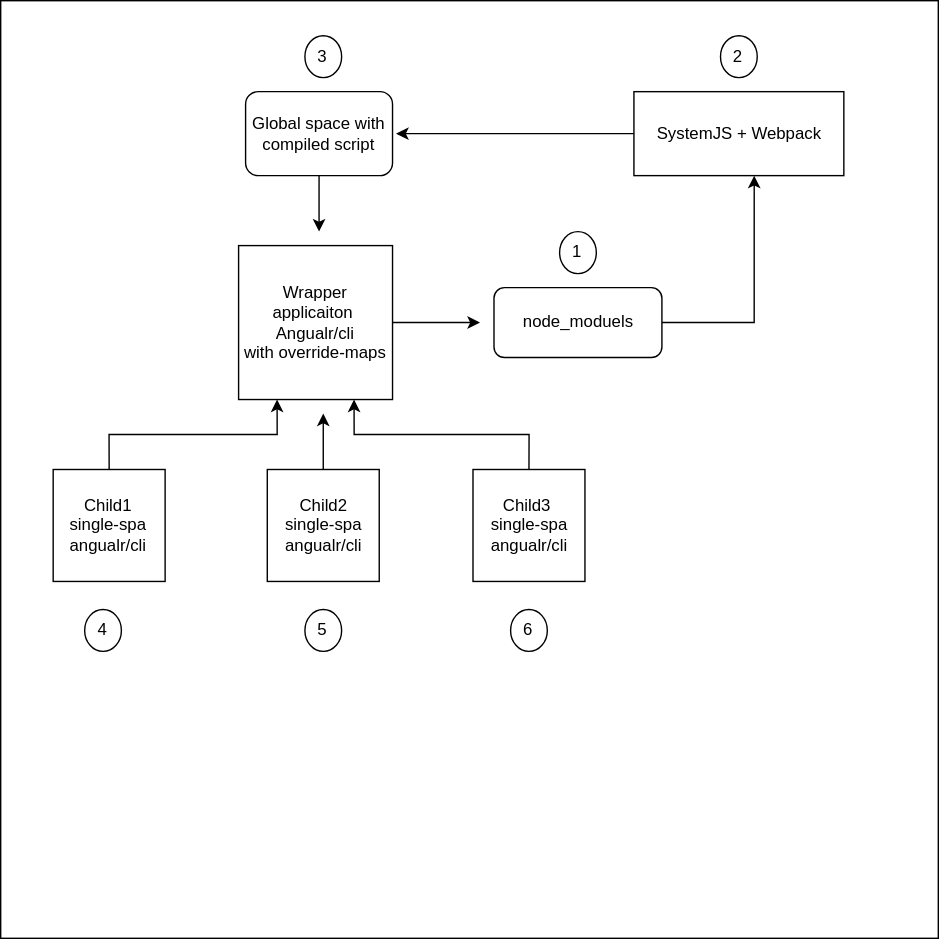
3gwebtrain/AngularWebpack keeps this draw.io diagram as src/assets/Untitled Diagram.svg. Above is the earlier version. Source tidied: cells renumbered, new cells last; positions are measured from the earlier drawing's top-left corner, leaving out a move shared by most shapes.
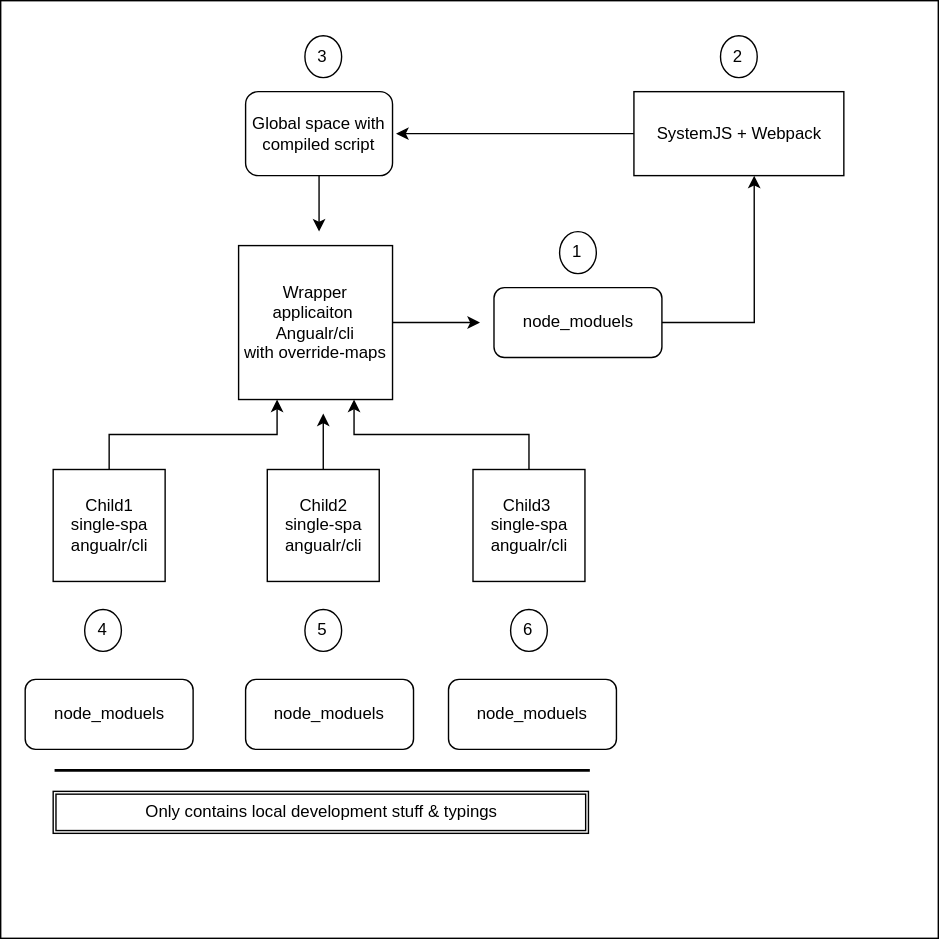
After the change.

The edit, as a diff of the source:
```diff
@@ -2,6 +2,9 @@
   <root>
     <mxCell id="0" />
     <mxCell id="1" parent="0" />
+    <mxCell id="22" style="whiteSpace=wrap;html=1;fillColor=none;imageAspect=0;" parent="1" vertex="1">
+      <mxGeometry width="670" height="670" as="geometry" />
+    </mxCell>
     <mxCell id="2" style="edgeStyle=orthogonalEdgeStyle;rounded=0;jettySize=auto;html=1;exitX=1;exitY=0.5;exitDx=0;exitDy=0;entryX=0.573;entryY=1;entryDx=0;entryDy=0;entryPerimeter=0;" parent="1" edge="1" source="15" target="6">
       <mxGeometry relative="1" as="geometry" />
     </mxCell>
@@ -70,8 +73,20 @@
     <mxCell id="21" value="6" style="ellipse;whiteSpace=wrap;html=1;" parent="1" vertex="1">
       <mxGeometry x="364.4" y="435" width="26.2" height="30" as="geometry" />
     </mxCell>
-    <mxCell id="22" style="whiteSpace=wrap;html=1;fillColor=none;imageAspect=0;" parent="1" vertex="1">
-      <mxGeometry width="670" height="670" as="geometry" />
-    </mxCell>
+    <mxCell id="23" value="node_moduels" style="rounded=1;whiteSpace=wrap;html=1;" parent="1" vertex="1">
+      <mxGeometry x="320" y="485" width="120" height="50" as="geometry" />
+    </mxCell>
+    <mxCell id="24" value="node_moduels" style="rounded=1;whiteSpace=wrap;html=1;" parent="1" vertex="1">
+      <mxGeometry x="175" y="485" width="120" height="50" as="geometry" />
+    </mxCell>
+    <mxCell id="25" value="node_moduels" style="rounded=1;whiteSpace=wrap;html=1;" parent="1" vertex="1">
+      <mxGeometry x="17.5" y="485" width="120" height="50" as="geometry" />
+    </mxCell>
+    <mxCell id="26" style="line;strokeWidth=2;html=1;" parent="1" vertex="1">
+      <mxGeometry x="38.5" y="545" width="382.5" height="10" as="geometry" />
+    </mxCell>
+    <mxCell id="27" value="Only contains local development stuff &amp;amp; typings" style="shape=ext;double=1;rounded=0;whiteSpace=wrap;html=1;" parent="1" vertex="1">
+      <mxGeometry x="37.5" y="565" width="382.5" height="30" as="geometry" />
+    </mxCell>
   </root>
 </mxGraphModel>
```
